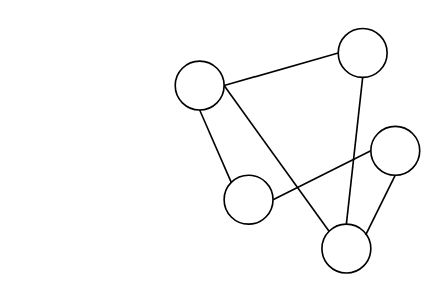
Above: hw5_8.drawio in Eren-Jeager123/Algorithm (draw.io), before the change. Source tidied: cells renumbered, new cells numbered last; positions are measured from the earlier drawing's top-left corner, leaving out a move shared by most shapes. Both pictures are drawn from the tidied source at 163%, with x=0, y=0 at pixel (174, 28).
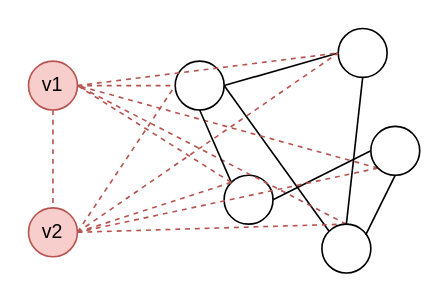
The same diagram, later.

The change refers to these unchanged cells:
```xml
<mxCell id="2" style="ellipse;whiteSpace=wrap;html=1;" parent="1" vertex="1">
  <mxGeometry y="20" width="30" height="30" as="geometry" />
</mxCell>
<mxCell id="4" style="ellipse;whiteSpace=wrap;html=1;" parent="1" vertex="1">
  <mxGeometry x="90" y="120" width="30" height="30" as="geometry" />
</mxCell>
<mxCell id="6" style="ellipse;whiteSpace=wrap;html=1;" parent="1" vertex="1">
  <mxGeometry x="120" y="60" width="30" height="30" as="geometry" />
</mxCell>
<mxCell id="11" style="ellipse;whiteSpace=wrap;html=1;" parent="1" vertex="1">
  <mxGeometry x="100" width="30" height="30" as="geometry" />
</mxCell>
```

What changed in the source:
```diff
@@
+    <mxCell id="8" style="ellipse;whiteSpace=wrap;html=1;" parent="1" vertex="1">
+      <mxGeometry x="30" y="90" width="30" height="30" as="geometry" />
+    </mxCell>
@@
+    <mxCell id="13" style="rounded=0;jettySize=auto;html=1;exitX=0.5;exitY=0;exitDx=0;exitDy=0;entryX=1;entryY=0.5;entryDx=0;entryDy=0;dashed=1;endArrow=none;endFill=0;fillColor=#f8cecc;strokeColor=#b85450;" parent="1" edge="1" source="4" target="25">
+      <mxGeometry relative="1" as="geometry" />
+    </mxCell>
+    <mxCell id="14" style="rounded=0;jettySize=auto;html=1;exitX=0.5;exitY=0;exitDx=0;exitDy=0;entryX=1;entryY=0.5;entryDx=0;entryDy=0;endArrow=none;endFill=0;dashed=1;fillColor=#f8cecc;strokeColor=#b85450;" parent="1" edge="1" source="4" target="21">
+      <mxGeometry relative="1" as="geometry" />
+    </mxCell>
@@
+    <mxCell id="15" style="rounded=0;jettySize=auto;html=1;exitX=0;exitY=1;exitDx=0;exitDy=0;entryX=1;entryY=0.5;entryDx=0;entryDy=0;fillColor=#f8cecc;strokeColor=#b85450;endArrow=none;endFill=0;dashed=1;" parent="1" edge="1" source="6" target="25">
+      <mxGeometry relative="1" as="geometry" />
+    </mxCell>
+    <mxCell id="16" style="rounded=0;jettySize=auto;html=1;exitX=0;exitY=1;exitDx=0;exitDy=0;entryX=1;entryY=0.5;entryDx=0;entryDy=0;endArrow=none;endFill=0;fillColor=#f8cecc;strokeColor=#b85450;dashed=1;" parent="1" edge="1" source="6" target="21">
+      <mxGeometry relative="1" as="geometry" />
+    </mxCell>
@@
-    <mxCell id="8" style="ellipse;whiteSpace=wrap;html=1;" parent="1" vertex="1">
-      <mxGeometry x="30" y="90" width="30" height="30" as="geometry" />
-    </mxCell>
+    <mxCell id="17" style="rounded=0;jettySize=auto;html=1;exitX=0;exitY=0;exitDx=0;exitDy=0;fillColor=#f8cecc;strokeColor=#b85450;endArrow=none;endFill=0;dashed=1;entryX=1;entryY=0.5;entryDx=0;entryDy=0;" parent="1" edge="1" source="8" target="25">
+      <mxGeometry relative="1" as="geometry" />
+    </mxCell>
+    <mxCell id="18" style="rounded=0;jettySize=auto;html=1;exitX=0;exitY=0;exitDx=0;exitDy=0;entryX=1;entryY=0.5;entryDx=0;entryDy=0;endArrow=none;endFill=0;fillColor=#f8cecc;strokeColor=#b85450;dashed=1;" parent="1" edge="1" source="8" target="21">
+      <mxGeometry relative="1" as="geometry" />
+    </mxCell>
@@
+    <mxCell id="19" style="rounded=0;jettySize=auto;html=1;exitX=1;exitY=0.5;exitDx=0;exitDy=0;entryX=0;entryY=0.5;entryDx=0;entryDy=0;fillColor=#f8cecc;strokeColor=#b85450;endArrow=none;endFill=0;dashed=1;" parent="1" edge="1" source="21" target="2">
+      <mxGeometry relative="1" as="geometry" />
+    </mxCell>
+    <mxCell id="20" style="rounded=0;jettySize=auto;html=1;exitX=1;exitY=0.5;exitDx=0;exitDy=0;entryX=0;entryY=0.5;entryDx=0;entryDy=0;fillColor=#f8cecc;strokeColor=#b85450;endArrow=none;endFill=0;dashed=1;" parent="1" edge="1" source="21" target="11">
+      <mxGeometry relative="1" as="geometry" />
+    </mxCell>
+    <mxCell id="21" value="v2" style="ellipse;whiteSpace=wrap;html=1;fillColor=#f8cecc;strokeColor=#b85450;" parent="1" vertex="1">
+      <mxGeometry x="-90" y="110" width="30" height="30" as="geometry" />
+    </mxCell>
+    <mxCell id="22" style="rounded=0;jettySize=auto;html=1;exitX=0.5;exitY=1;exitDx=0;exitDy=0;entryX=0.5;entryY=0;entryDx=0;entryDy=0;endArrow=none;endFill=0;fillColor=#f8cecc;strokeColor=#b85450;dashed=1;" parent="1" edge="1" source="25" target="21">
+      <mxGeometry relative="1" as="geometry" />
+    </mxCell>
+    <mxCell id="23" style="rounded=0;jettySize=auto;html=1;exitX=1;exitY=0.5;exitDx=0;exitDy=0;entryX=0;entryY=0.5;entryDx=0;entryDy=0;endArrow=none;endFill=0;fillColor=#f8cecc;strokeColor=#b85450;dashed=1;" parent="1" edge="1" source="25" target="2">
+      <mxGeometry relative="1" as="geometry" />
+    </mxCell>
+    <mxCell id="24" style="rounded=0;jettySize=auto;html=1;exitX=1;exitY=0.5;exitDx=0;exitDy=0;entryX=0;entryY=0.5;entryDx=0;entryDy=0;endArrow=none;endFill=0;fillColor=#f8cecc;strokeColor=#b85450;dashed=1;" parent="1" edge="1" source="25" target="11">
+      <mxGeometry relative="1" as="geometry" />
+    </mxCell>
+    <mxCell id="25" value="v1" style="ellipse;whiteSpace=wrap;html=1;fillColor=#f8cecc;strokeColor=#b85450;" parent="1" vertex="1">
+      <mxGeometry x="-90" y="20" width="30" height="30" as="geometry" />
+    </mxCell>
```
